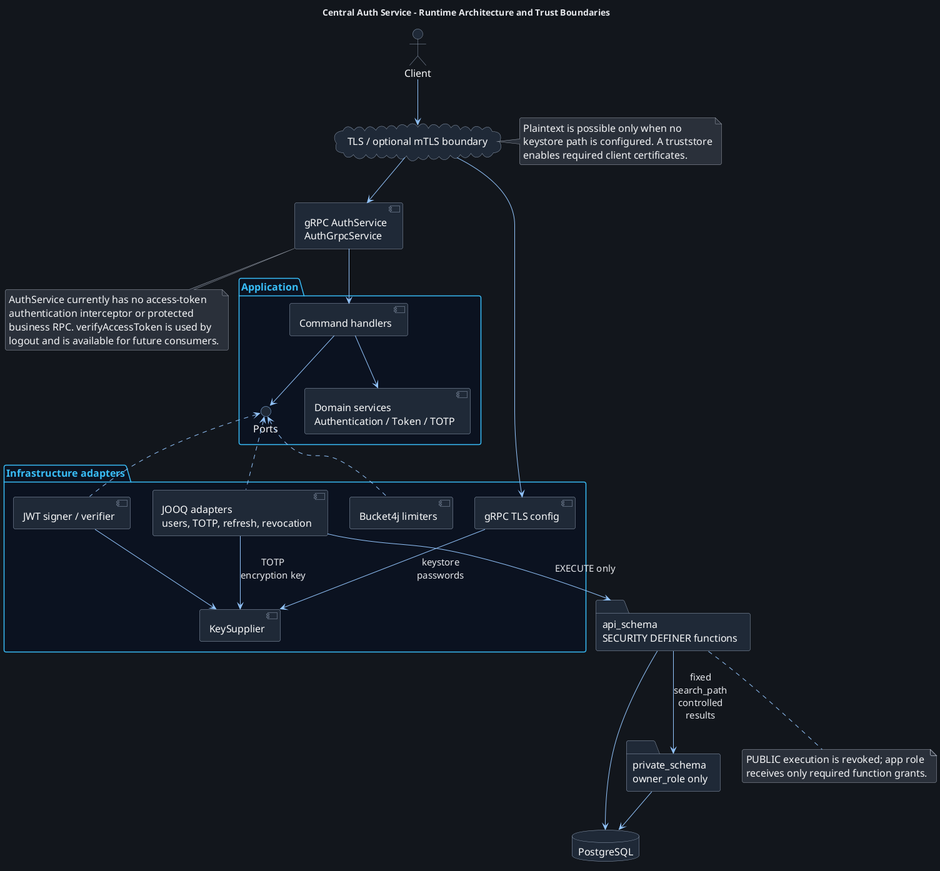
Before: design/architecture/RuntimeArchitecture.png, a diagram exported from PlantUML (OODesigns/central-auth-service). The source it was exported from:
```plantuml
@startuml RuntimeArchitecture
!include ../themes/dark-theme.puml
title Central Auth Service - Runtime Architecture and Trust Boundaries

actor Client
cloud "TLS / optional mTLS boundary" as Transport
component "gRPC AuthService\nAuthGrpcService" as Grpc
package "Application" {
  component "Command handlers" as Handlers
  component "Domain services\nAuthentication / Token / TOTP" as Domain
  interface "Ports" as Ports
}
package "Infrastructure adapters" {
  component "JOOQ adapters\nusers, TOTP, refresh, revocation" as Jooq
  component "JWT signer / verifier" as Jwt
  component "Bucket4j limiters" as Bucket
  component "KeySupplier" as Keys
  component "gRPC TLS config" as Tls
}
database "PostgreSQL" as Db
folder "private_schema\nowner_role only" as Private
folder "api_schema\nSECURITY DEFINER functions" as Api

Client --> Transport
Transport --> Grpc
Grpc --> Handlers
Handlers --> Domain
Handlers --> Ports
Ports <.. Jooq
Ports <.. Jwt
Ports <.. Bucket
Jooq --> Api : EXECUTE only
Api --> Private : fixed search_path\ncontrolled results
Private --> Db
Api --> Db
Jwt --> Keys
Jooq --> Keys : TOTP encryption key
Transport --> Tls
Tls --> Keys : keystore passwords

note right of Transport
  Plaintext is possible only when no
  keystore path is configured. A truststore
  enables required client certificates.
end note
note bottom of Api
  PUBLIC execution is revoked; app role
  receives only required function grants.
end note

note bottom of Grpc
  AuthService currently has no access-token
  authentication interceptor or protected
  business RPC. verifyAccessToken is used by
  logout and is available for future consumers.
end note
@enduml
```
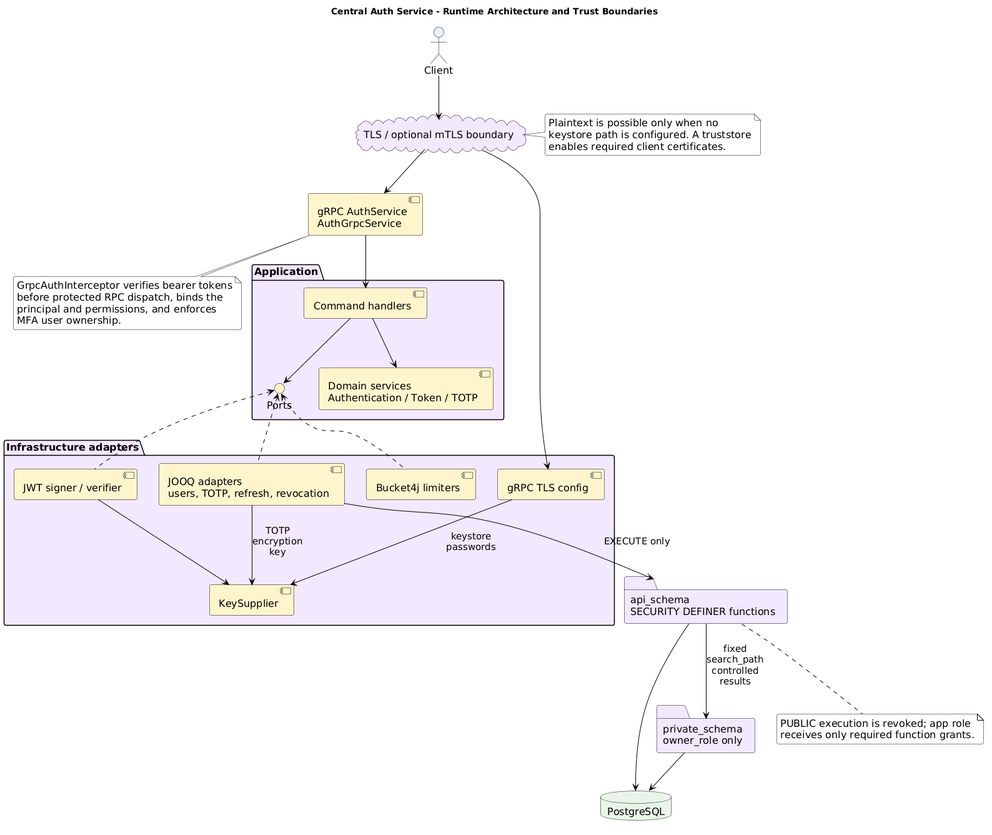
The same diagram one commit later.

Change to the diagram source:
```diff
@@ -49,9 +49,9 @@
 end note
 
 note bottom of Grpc
-  AuthService currently has no access-token
-  authentication interceptor or protected
-  business RPC. verifyAccessToken is used by
-  logout and is available for future consumers.
+  GrpcAuthInterceptor verifies bearer tokens
+  before protected RPC dispatch, binds the
+  principal and permissions, and enforces
+  MFA user ownership.
 end note
 @enduml
```
